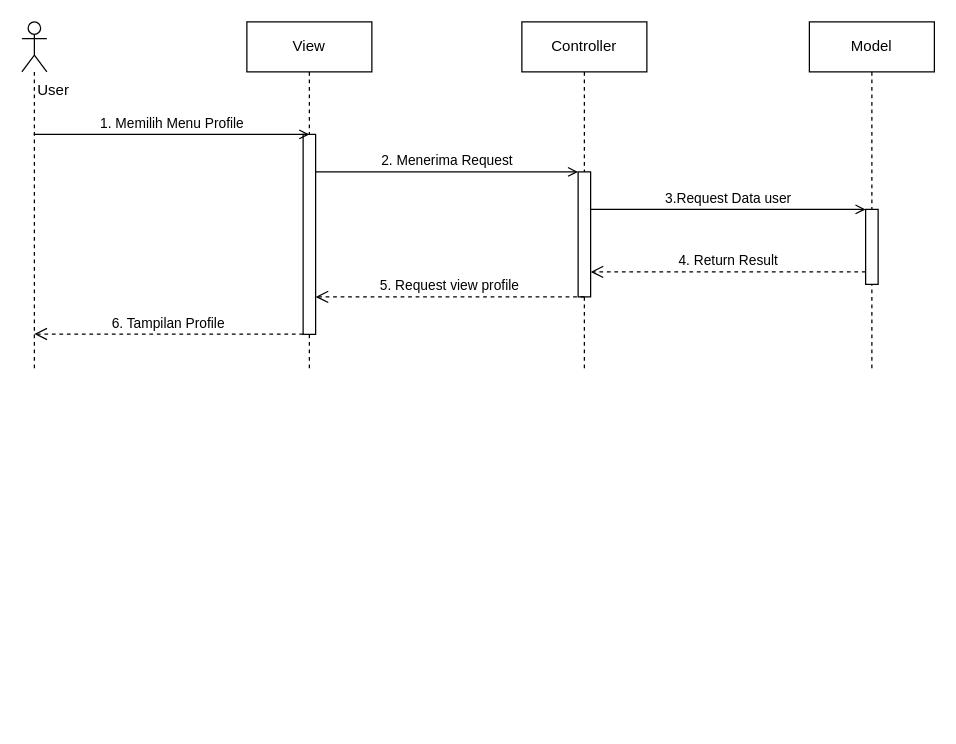
Before: page "riwayat_transakasi" (7 of 7) of sequence.drawio in ThikerXCX/umltoko, a draw.io diagram. Source tidied: cells renumbered, new cells numbered last; positions are measured from the earlier drawing's top-left corner, leaving out a move shared by most shapes. Both pictures are drawn from the tidied source at 125%, with x=0, y=0 at pixel (21, 21).
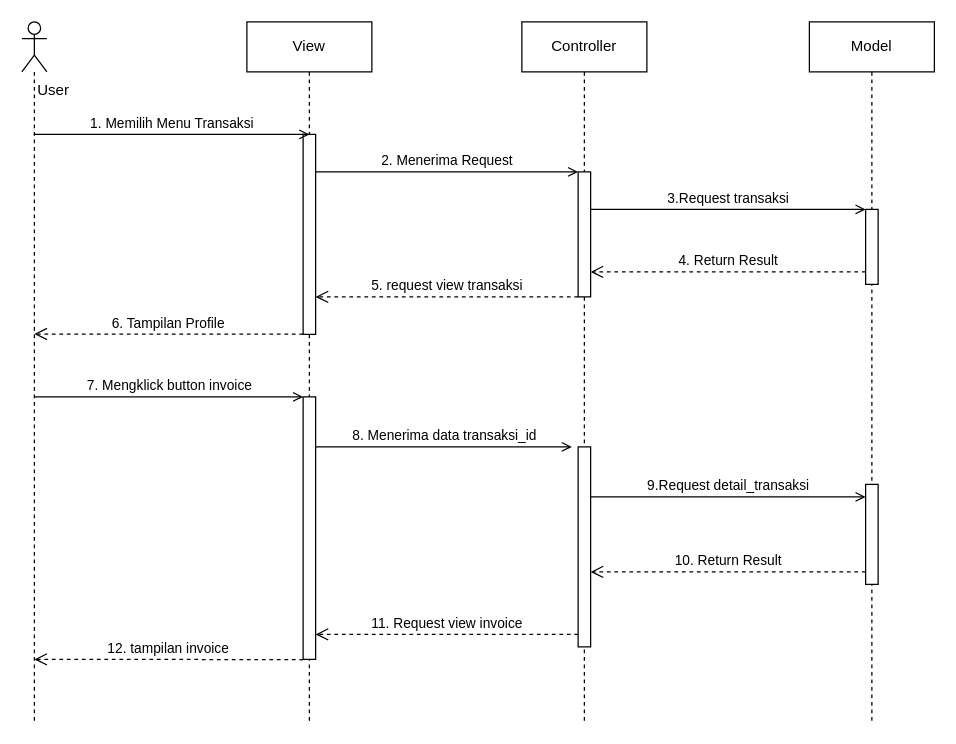
Above is the later version.

The change refers to these unchanged cells:
```xml
<mxCell id="4" style="html=1;points=[];perimeter=orthogonalPerimeter;outlineConnect=0;targetShapes=umlLifeline;portConstraint=eastwest;newEdgeStyle={&quot;edgeStyle&quot;:&quot;elbowEdgeStyle&quot;,&quot;elbow&quot;:&quot;vertical&quot;,&quot;curved&quot;:0,&quot;rounded&quot;:0};" parent="3" vertex="1">
  <mxGeometry x="45" y="90" width="10" height="160" as="geometry" />
</mxCell>
<mxCell id="7" style="html=1;points=[];perimeter=orthogonalPerimeter;outlineConnect=0;targetShapes=umlLifeline;portConstraint=eastwest;newEdgeStyle={&quot;edgeStyle&quot;:&quot;elbowEdgeStyle&quot;,&quot;elbow&quot;:&quot;vertical&quot;,&quot;curved&quot;:0,&quot;rounded&quot;:0};" parent="6" vertex="1">
  <mxGeometry x="45" y="120" width="10" height="100" as="geometry" />
</mxCell>
<mxCell id="9" style="html=1;points=[];perimeter=orthogonalPerimeter;outlineConnect=0;targetShapes=umlLifeline;portConstraint=eastwest;newEdgeStyle={&quot;edgeStyle&quot;:&quot;elbowEdgeStyle&quot;,&quot;elbow&quot;:&quot;vertical&quot;,&quot;curved&quot;:0,&quot;rounded&quot;:0};" parent="8" vertex="1">
  <mxGeometry x="45" y="150" width="10" height="60" as="geometry" />
</mxCell>
```

What changed in the source:
```diff
@@
     <mxCell id="2" style="shape=umlLifeline;perimeter=lifelinePerimeter;whiteSpace=wrap;html=1;outlineConnect=0;portConstraint=eastwest;newEdgeStyle={&quot;edgeStyle&quot;:&quot;elbowEdgeStyle&quot;,&quot;elbow&quot;:&quot;vertical&quot;,&quot;curved&quot;:0,&quot;rounded&quot;:0};participant=umlActor;" parent="1" vertex="1">
-      <mxGeometry width="20" height="280" as="geometry" />
+      <mxGeometry width="20" height="560" as="geometry" />
     </mxCell>
     <mxCell id="3" value="View" style="shape=umlLifeline;perimeter=lifelinePerimeter;whiteSpace=wrap;html=1;newEdgeStyle={&quot;edgeStyle&quot;:&quot;elbowEdgeStyle&quot;,&quot;elbow&quot;:&quot;vertical&quot;,&quot;curved&quot;:0,&quot;rounded&quot;:0};" parent="1" vertex="1">
-      <mxGeometry x="180" width="100" height="280" as="geometry" />
+      <mxGeometry x="180" width="100" height="560" as="geometry" />
     </mxCell>
@@
+    <mxCell id="16" style="html=1;points=[];perimeter=orthogonalPerimeter;outlineConnect=0;targetShapes=umlLifeline;portConstraint=eastwest;newEdgeStyle={&quot;edgeStyle&quot;:&quot;elbowEdgeStyle&quot;,&quot;elbow&quot;:&quot;vertical&quot;,&quot;curved&quot;:0,&quot;rounded&quot;:0};" parent="3" vertex="1">
+      <mxGeometry x="45" y="300" width="10" height="210" as="geometry" />
+    </mxCell>
@@
     <mxCell id="6" value="Controller" style="shape=umlLifeline;perimeter=lifelinePerimeter;whiteSpace=wrap;html=1;newEdgeStyle={&quot;edgeStyle&quot;:&quot;elbowEdgeStyle&quot;,&quot;elbow&quot;:&quot;vertical&quot;,&quot;curved&quot;:0,&quot;rounded&quot;:0};" parent="1" vertex="1">
-      <mxGeometry x="400" width="100" height="280" as="geometry" />
+      <mxGeometry x="400" width="100" height="560" as="geometry" />
     </mxCell>
@@
+    <mxCell id="17" style="html=1;points=[];perimeter=orthogonalPerimeter;outlineConnect=0;targetShapes=umlLifeline;portConstraint=eastwest;newEdgeStyle={&quot;edgeStyle&quot;:&quot;elbowEdgeStyle&quot;,&quot;elbow&quot;:&quot;vertical&quot;,&quot;curved&quot;:0,&quot;rounded&quot;:0};" parent="6" vertex="1">
+      <mxGeometry x="45" y="340" width="10" height="160" as="geometry" />
+    </mxCell>
     <mxCell id="8" value="Model" style="shape=umlLifeline;perimeter=lifelinePerimeter;whiteSpace=wrap;html=1;newEdgeStyle={&quot;edgeStyle&quot;:&quot;elbowEdgeStyle&quot;,&quot;elbow&quot;:&quot;vertical&quot;,&quot;curved&quot;:0,&quot;rounded&quot;:0};" parent="1" vertex="1">
-      <mxGeometry x="630" width="100" height="280" as="geometry" />
+      <mxGeometry x="630" width="100" height="560" as="geometry" />
     </mxCell>
@@
+    <mxCell id="18" style="html=1;points=[];perimeter=orthogonalPerimeter;outlineConnect=0;targetShapes=umlLifeline;portConstraint=eastwest;newEdgeStyle={&quot;edgeStyle&quot;:&quot;elbowEdgeStyle&quot;,&quot;elbow&quot;:&quot;vertical&quot;,&quot;curved&quot;:0,&quot;rounded&quot;:0};" parent="8" vertex="1">
+      <mxGeometry x="45" y="370" width="10" height="80" as="geometry" />
+    </mxCell>
-    <mxCell id="10" value="1. Memilih Menu Profile" style="html=1;verticalAlign=bottom;labelBackgroundColor=none;endArrow=open;endFill=0;rounded=0;" parent="1" edge="1" source="2">
+    <mxCell id="10" value="1. Memilih Menu Transaksi" style="html=1;verticalAlign=bottom;labelBackgroundColor=none;endArrow=open;endFill=0;rounded=0;" parent="1" edge="1" source="2">
       <mxGeometry relative="1" as="geometry">
         <mxPoint x="230" y="90" as="targetPoint" />
         <Array as="points">
           <mxPoint x="100" y="90" />
         </Array>
       </mxGeometry>
     </mxCell>
@@
-    <mxCell id="13" value="3.Request Data user" style="html=1;verticalAlign=bottom;labelBackgroundColor=none;endArrow=open;endFill=0;rounded=0;" parent="1" edge="1" source="7" target="9">
+    <mxCell id="13" value="3.Request transaksi" style="html=1;verticalAlign=bottom;labelBackgroundColor=none;endArrow=open;endFill=0;rounded=0;" parent="1" edge="1" source="7" target="9">
       <mxGeometry relative="1" as="geometry">
         <Array as="points">
           <mxPoint x="550" y="150" />
         </Array>
       </mxGeometry>
     </mxCell>
-    <mxCell id="14" value="5. Request view profile" style="endArrow=open;startArrow=none;endFill=0;startFill=0;endSize=8;html=1;verticalAlign=bottom;dashed=1;labelBackgroundColor=none;rounded=0;" parent="1" edge="1" target="4">
+    <mxCell id="14" value="11. Request view invoice" style="endArrow=open;startArrow=none;endFill=0;startFill=0;endSize=8;html=1;verticalAlign=bottom;dashed=1;labelBackgroundColor=none;rounded=0;" parent="1" edge="1" source="17">
       <mxGeometry relative="1" as="geometry">
-        <mxPoint x="450" y="220" as="sourcePoint" />
+        <mxPoint x="235" y="490" as="targetPoint" />
         <Array as="points">
-          <mxPoint x="320" y="220" />
+          <mxPoint x="320" y="490" />
         </Array>
       </mxGeometry>
     </mxCell>
@@
+    <mxCell id="19" value="7. Mengklick button invoice" style="html=1;verticalAlign=bottom;labelBackgroundColor=none;endArrow=open;endFill=0;rounded=0;" parent="1" edge="1" target="16">
+      <mxGeometry relative="1" as="geometry">
+        <mxPoint x="10" y="300" as="sourcePoint" />
+        <Array as="points">
+          <mxPoint x="100" y="300" />
+        </Array>
+      </mxGeometry>
+    </mxCell>
+    <mxCell id="20" value="8. Menerima data transaksi_id" style="html=1;verticalAlign=bottom;labelBackgroundColor=none;endArrow=open;endFill=0;rounded=0;" parent="1" edge="1" source="16">
+      <mxGeometry relative="1" as="geometry">
+        <mxPoint x="440" y="340" as="targetPoint" />
+      </mxGeometry>
+    </mxCell>
+    <mxCell id="21" value="9.Request detail_transaksi" style="html=1;verticalAlign=bottom;labelBackgroundColor=none;endArrow=open;endFill=0;rounded=0;" parent="1" edge="1" source="17" target="18">
+      <mxGeometry relative="1" as="geometry">
+        <Array as="points">
+          <mxPoint x="545" y="380" />
+        </Array>
+      </mxGeometry>
+    </mxCell>
+    <mxCell id="22" value="10. Return Result" style="endArrow=open;startArrow=none;endFill=0;startFill=0;endSize=8;html=1;verticalAlign=bottom;dashed=1;labelBackgroundColor=none;rounded=0;" parent="1" edge="1">
+      <mxGeometry relative="1" as="geometry">
+        <mxPoint x="675" y="440" as="sourcePoint" />
+        <mxPoint x="455" y="440" as="targetPoint" />
+        <Array as="points">
+          <mxPoint x="540" y="440" />
+        </Array>
+      </mxGeometry>
+    </mxCell>
+    <mxCell id="23" value="12. tampilan invoice" style="endArrow=open;startArrow=none;endFill=0;startFill=0;endSize=8;html=1;verticalAlign=bottom;dashed=1;labelBackgroundColor=none;rounded=0;" parent="1" edge="1">
+      <mxGeometry relative="1" as="geometry">
+        <mxPoint x="225" y="510.3" as="sourcePoint" />
+        <mxPoint x="10" y="510" as="targetPoint" />
+        <Array as="points">
+          <mxPoint x="100" y="510" />
+        </Array>
+      </mxGeometry>
+    </mxCell>
+    <mxCell id="24" value="5. request view transaksi" style="endArrow=open;startArrow=none;endFill=0;startFill=0;endSize=8;html=1;verticalAlign=bottom;dashed=1;labelBackgroundColor=none;rounded=0;" parent="1" edge="1">
+      <mxGeometry relative="1" as="geometry">
+        <mxPoint x="445" y="220" as="sourcePoint" />
+        <mxPoint x="235" y="220" as="targetPoint" />
+        <Array as="points">
+          <mxPoint x="320" y="220" />
+        </Array>
+      </mxGeometry>
+    </mxCell>
```
